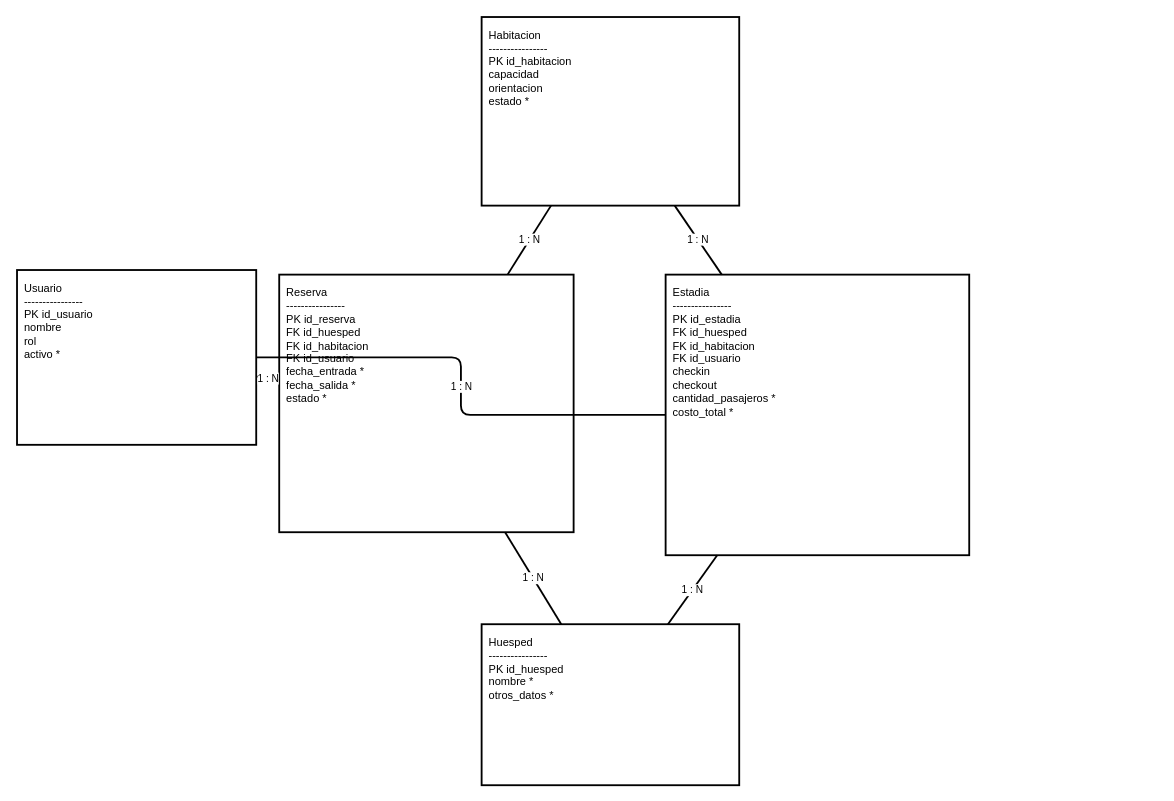
Above: diagramas-editables/03-modelo-base-datos.drawio in Yutre3/diego (draw.io), before the change. Source tidied: cells renumbered, new cells numbered last; positions are measured from the earlier drawing's top-left corner, leaving out a move shared by most shapes. Both pictures are drawn from the tidied source at 92%, with x=0, y=0 at pixel (17, 17).
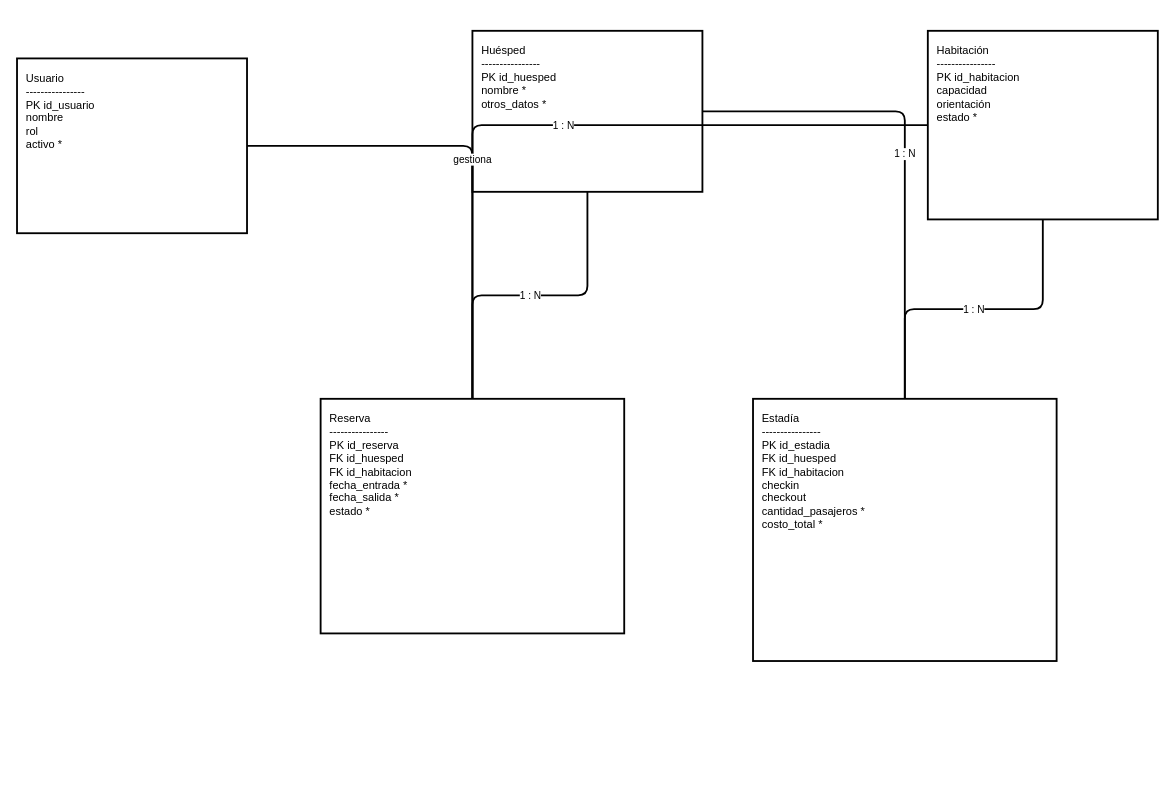
Above is the later version.

Commit message:
Alinear fuente editable del modelo de datos

The edit, as a diff of the source:
```diff
@@
 <mxGraphModel>
   <root>
     <mxCell id="0" />
     <mxCell id="1" parent="0" />
-    <mxCell id="2" value="Usuario&#10;----------------&#10;PK id_usuario&#10;nombre&#10;rol&#10;activo *" style="rounded=0;whiteSpace=wrap;html=1;strokeWidth=2;align=left;verticalAlign=top;spacing=8;" parent="1" vertex="1">
-      <mxGeometry y="275" width="260" height="190" as="geometry" />
+    <mxCell id="2" value="Usuario&#10;----------------&#10;PK id_usuario&#10;nombre&#10;rol&#10;activo *" style="rounded=0;whiteSpace=wrap;html=1;strokeWidth=2;align=left;verticalAlign=top;spacing=10;" parent="1" vertex="1">
+      <mxGeometry y="45" width="250" height="190" as="geometry" />
     </mxCell>
+    <mxCell id="4" value="Huésped&#10;----------------&#10;PK id_huesped&#10;nombre *&#10;otros_datos *" style="rounded=0;whiteSpace=wrap;html=1;strokeWidth=2;align=left;verticalAlign=top;spacing=10;" parent="1" vertex="1">
+      <mxGeometry x="495" y="15" width="250" height="175" as="geometry" />
+    </mxCell>
-    <mxCell id="3" value="Habitacion&#10;----------------&#10;PK id_habitacion&#10;capacidad&#10;orientacion&#10;estado *" style="rounded=0;whiteSpace=wrap;html=1;strokeWidth=2;align=left;verticalAlign=top;spacing=8;" parent="1" vertex="1">
-      <mxGeometry x="505" width="280" height="205" as="geometry" />
+    <mxCell id="3" value="Habitación&#10;----------------&#10;PK id_habitacion&#10;capacidad&#10;orientación&#10;estado *" style="rounded=0;whiteSpace=wrap;html=1;strokeWidth=2;align=left;verticalAlign=top;spacing=10;" parent="1" vertex="1">
+      <mxGeometry x="990" y="15" width="250" height="205" as="geometry" />
     </mxCell>
-    <mxCell id="4" value="Huesped&#10;----------------&#10;PK id_huesped&#10;nombre *&#10;otros_datos *" style="rounded=0;whiteSpace=wrap;html=1;strokeWidth=2;align=left;verticalAlign=top;spacing=8;" parent="1" vertex="1">
-      <mxGeometry x="505" y="660" width="280" height="175" as="geometry" />
-    </mxCell>
-    <mxCell id="5" value="Reserva&#10;----------------&#10;PK id_reserva&#10;FK id_huesped&#10;FK id_habitacion&#10;FK id_usuario&#10;fecha_entrada *&#10;fecha_salida *&#10;estado *" style="rounded=0;whiteSpace=wrap;html=1;strokeWidth=2;align=left;verticalAlign=top;spacing=8;" parent="1" vertex="1">
-      <mxGeometry x="285" y="280" width="320" height="280" as="geometry" />
+    <mxCell id="5" value="Reserva&#10;----------------&#10;PK id_reserva&#10;FK id_huesped&#10;FK id_habitacion&#10;fecha_entrada *&#10;fecha_salida *&#10;estado *" style="rounded=0;whiteSpace=wrap;html=1;strokeWidth=2;align=left;verticalAlign=top;spacing=10;" parent="1" vertex="1">
+      <mxGeometry x="330" y="415" width="330" height="255" as="geometry" />
     </mxCell>
-    <mxCell id="6" value="Estadia&#10;----------------&#10;PK id_estadia&#10;FK id_huesped&#10;FK id_habitacion&#10;FK id_usuario&#10;checkin&#10;checkout&#10;cantidad_pasajeros *&#10;costo_total *" style="rounded=0;whiteSpace=wrap;html=1;strokeWidth=2;align=left;verticalAlign=top;spacing=8;" parent="1" vertex="1">
-      <mxGeometry x="705" y="280" width="330" height="305" as="geometry" />
+    <mxCell id="6" value="Estadía&#10;----------------&#10;PK id_estadia&#10;FK id_huesped&#10;FK id_habitacion&#10;checkin&#10;checkout&#10;cantidad_pasajeros *&#10;costo_total *" style="rounded=0;whiteSpace=wrap;html=1;strokeWidth=2;align=left;verticalAlign=top;spacing=10;" parent="1" vertex="1">
+      <mxGeometry x="800" y="415" width="330" height="285" as="geometry" />
     </mxCell>
-    <mxCell id="7" value="1 : N" style="endArrow=none;html=1;strokeWidth=2;" parent="1" edge="1" source="3" target="5">
+    <mxCell id="7" value="1 : N" style="edgeStyle=orthogonalEdgeStyle;endArrow=none;html=1;strokeWidth=2;" parent="1" edge="1" source="4" target="5">
       <mxGeometry relative="1" as="geometry" />
     </mxCell>
-    <mxCell id="8" value="1 : N" style="endArrow=none;html=1;strokeWidth=2;" parent="1" edge="1" source="3" target="6">
+    <mxCell id="8" value="1 : N" style="edgeStyle=orthogonalEdgeStyle;endArrow=none;html=1;strokeWidth=2;" parent="1" edge="1" source="4" target="6">
       <mxGeometry relative="1" as="geometry" />
     </mxCell>
-    <mxCell id="9" value="1 : N" style="endArrow=none;html=1;strokeWidth=2;" parent="1" edge="1" source="2" target="5">
+    <mxCell id="9" value="1 : N" style="edgeStyle=orthogonalEdgeStyle;endArrow=none;html=1;strokeWidth=2;" parent="1" edge="1" source="3" target="5">
       <mxGeometry relative="1" as="geometry" />
     </mxCell>
-    <mxCell id="10" value="1 : N" style="endArrow=none;html=1;strokeWidth=2;edgeStyle=orthogonalEdgeStyle;" parent="1" edge="1" source="2" target="6">
+    <mxCell id="10" value="1 : N" style="edgeStyle=orthogonalEdgeStyle;endArrow=none;html=1;strokeWidth=2;" parent="1" edge="1" source="3" target="6">
       <mxGeometry relative="1" as="geometry" />
     </mxCell>
-    <mxCell id="11" value="1 : N" style="endArrow=none;html=1;strokeWidth=2;" parent="1" edge="1" source="4" target="5">
-      <mxGeometry relative="1" as="geometry" />
-    </mxCell>
-    <mxCell id="12" value="1 : N" style="endArrow=none;html=1;strokeWidth=2;" parent="1" edge="1" source="4" target="6">
-      <mxGeometry relative="1" as="geometry" />
-    </mxCell>
+    <mxCell id="13" value="gestiona" style="edgeStyle=orthogonalEdgeStyle;endArrow=none;html=1;strokeWidth=2;" parent="1" edge="1" source="2" target="5">
+      <mxGeometry relative="1" as="geometry" />
+    </mxCell>
   </root>
 </mxGraphModel>
```
